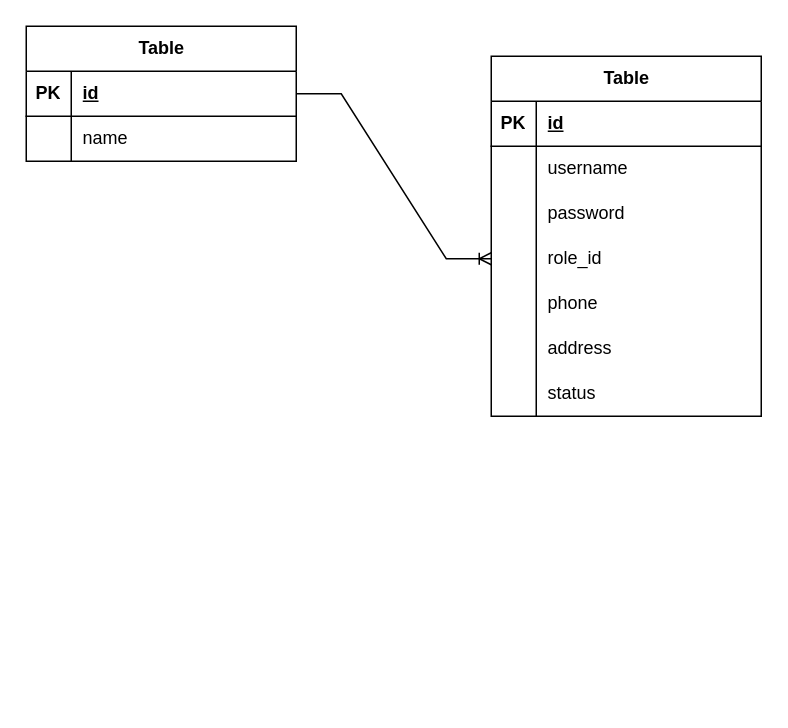
AnnisahF/peminjamanbuku keeps this draw.io diagram as Peminjaman Buku.drawio. Above is the earlier version. Source tidied: cells renumbered, new cells numbered last; positions are measured from the earlier drawing's top-left corner, leaving out a move shared by most shapes. Both pictures are drawn from the tidied source at 150%, with x=0, y=0 at pixel (26, 26).
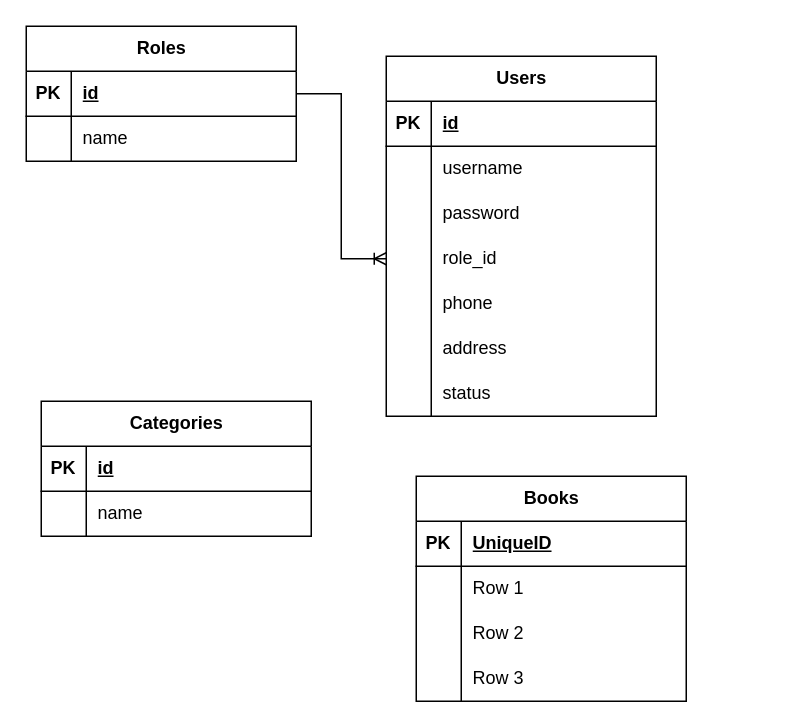
The same page after the edit.

The edit, as a diff of the source:
```diff
@@
-    <mxCell id="2" value="Table" style="shape=table;startSize=30;childLayout=tableLayout;rowLines=0;fontStyle=1;align=center;html=1;" parent="1" vertex="1">
+    <mxCell id="2" value="Roles" style="shape=table;startSize=30;childLayout=tableLayout;rowLines=0;fontStyle=1;align=center;html=1;" parent="1" vertex="1">
       <mxGeometry width="180" height="90" as="geometry" />
     </mxCell>
@@
-    <mxCell id="9" value="Table" style="shape=table;startSize=30;childLayout=tableLayout;rowLines=0;fontStyle=1;align=center;html=1;" parent="1" vertex="1">
-      <mxGeometry x="310" y="20" width="180" height="240" as="geometry" />
+    <mxCell id="9" value="Users" style="shape=table;startSize=30;childLayout=tableLayout;rowLines=0;fontStyle=1;align=center;html=1;" parent="1" vertex="1">
+      <mxGeometry x="240" y="20" width="180" height="240" as="geometry" />
     </mxCell>
@@
+    <mxCell id="32" value="Categories" style="shape=table;startSize=30;childLayout=tableLayout;rowLines=0;fontStyle=1;align=center;html=1;" parent="1" vertex="1">
+      <mxGeometry x="10" y="250" width="180" height="90" as="geometry" />
+    </mxCell>
+    <mxCell id="33" style="shape=tableRow;horizontal=0;startSize=0;swimlaneHead=0;swimlaneBody=0;fillColor=none;top=0;left=0;right=0;bottom=1;" parent="32" vertex="1">
+      <mxGeometry y="30" width="180" height="30" as="geometry" />
+    </mxCell>
+    <mxCell id="34" value="PK" style="shape=partialRectangle;fillColor=none;top=0;left=0;bottom=0;right=0;fontStyle=1;overflow=hidden;whiteSpace=wrap;html=1;" parent="33" vertex="1">
+      <mxGeometry width="30" height="30" as="geometry" />
+    </mxCell>
+    <mxCell id="35" value="id" style="shape=partialRectangle;fillColor=none;top=0;left=0;bottom=0;right=0;align=left;spacingLeft=6;fontStyle=5;overflow=hidden;whiteSpace=wrap;html=1;" parent="33" vertex="1">
+      <mxGeometry x="30" width="150" height="30" as="geometry" />
+    </mxCell>
+    <mxCell id="36" style="shape=tableRow;horizontal=0;startSize=0;swimlaneHead=0;swimlaneBody=0;fillColor=none;top=0;left=0;right=0;bottom=0;" parent="32" vertex="1">
+      <mxGeometry y="60" width="180" height="30" as="geometry" />
+    </mxCell>
+    <mxCell id="37" style="shape=partialRectangle;fillColor=none;top=0;left=0;bottom=0;right=0;overflow=hidden;whiteSpace=wrap;html=1;" parent="36" vertex="1">
+      <mxGeometry width="30" height="30" as="geometry" />
+    </mxCell>
+    <mxCell id="38" value="name" style="shape=partialRectangle;fillColor=none;top=0;left=0;bottom=0;right=0;align=left;spacingLeft=6;overflow=hidden;whiteSpace=wrap;html=1;" parent="36" vertex="1">
+      <mxGeometry x="30" width="150" height="30" as="geometry" />
+    </mxCell>
+    <mxCell id="39" value="Books" style="shape=table;startSize=30;childLayout=tableLayout;rowLines=0;fontStyle=1;align=center;html=1;" parent="1" vertex="1">
+      <mxGeometry x="260" y="300" width="180" height="150" as="geometry" />
+    </mxCell>
+    <mxCell id="40" style="shape=tableRow;horizontal=0;startSize=0;swimlaneHead=0;swimlaneBody=0;fillColor=none;top=0;left=0;right=0;bottom=1;" parent="39" vertex="1">
+      <mxGeometry y="30" width="180" height="30" as="geometry" />
+    </mxCell>
+    <mxCell id="41" value="PK" style="shape=partialRectangle;fillColor=none;top=0;left=0;bottom=0;right=0;fontStyle=1;overflow=hidden;whiteSpace=wrap;html=1;" parent="40" vertex="1">
+      <mxGeometry width="30" height="30" as="geometry" />
+    </mxCell>
+    <mxCell id="42" value="UniqueID" style="shape=partialRectangle;fillColor=none;top=0;left=0;bottom=0;right=0;align=left;spacingLeft=6;fontStyle=5;overflow=hidden;whiteSpace=wrap;html=1;" parent="40" vertex="1">
+      <mxGeometry x="30" width="150" height="30" as="geometry" />
+    </mxCell>
+    <mxCell id="43" style="shape=tableRow;horizontal=0;startSize=0;swimlaneHead=0;swimlaneBody=0;fillColor=none;top=0;left=0;right=0;bottom=0;" parent="39" vertex="1">
+      <mxGeometry y="60" width="180" height="30" as="geometry" />
+    </mxCell>
+    <mxCell id="44" style="shape=partialRectangle;fillColor=none;top=0;left=0;bottom=0;right=0;overflow=hidden;whiteSpace=wrap;html=1;" parent="43" vertex="1">
+      <mxGeometry width="30" height="30" as="geometry" />
+    </mxCell>
+    <mxCell id="45" value="Row 1" style="shape=partialRectangle;fillColor=none;top=0;left=0;bottom=0;right=0;align=left;spacingLeft=6;overflow=hidden;whiteSpace=wrap;html=1;" parent="43" vertex="1">
+      <mxGeometry x="30" width="150" height="30" as="geometry" />
+    </mxCell>
+    <mxCell id="46" style="shape=tableRow;horizontal=0;startSize=0;swimlaneHead=0;swimlaneBody=0;fillColor=none;top=0;left=0;right=0;bottom=0;" parent="39" vertex="1">
+      <mxGeometry y="90" width="180" height="30" as="geometry" />
+    </mxCell>
+    <mxCell id="47" style="shape=partialRectangle;fillColor=none;top=0;left=0;bottom=0;right=0;overflow=hidden;whiteSpace=wrap;html=1;" parent="46" vertex="1">
+      <mxGeometry width="30" height="30" as="geometry" />
+    </mxCell>
+    <mxCell id="48" value="Row 2" style="shape=partialRectangle;fillColor=none;top=0;left=0;bottom=0;right=0;align=left;spacingLeft=6;overflow=hidden;whiteSpace=wrap;html=1;" parent="46" vertex="1">
+      <mxGeometry x="30" width="150" height="30" as="geometry" />
+    </mxCell>
+    <mxCell id="49" style="shape=tableRow;horizontal=0;startSize=0;swimlaneHead=0;swimlaneBody=0;fillColor=none;top=0;left=0;right=0;bottom=0;" parent="39" vertex="1">
+      <mxGeometry y="120" width="180" height="30" as="geometry" />
+    </mxCell>
+    <mxCell id="50" style="shape=partialRectangle;fillColor=none;top=0;left=0;bottom=0;right=0;overflow=hidden;whiteSpace=wrap;html=1;" parent="49" vertex="1">
+      <mxGeometry width="30" height="30" as="geometry" />
+    </mxCell>
+    <mxCell id="51" value="Row 3" style="shape=partialRectangle;fillColor=none;top=0;left=0;bottom=0;right=0;align=left;spacingLeft=6;overflow=hidden;whiteSpace=wrap;html=1;" parent="49" vertex="1">
+      <mxGeometry x="30" width="150" height="30" as="geometry" />
+    </mxCell>
```
